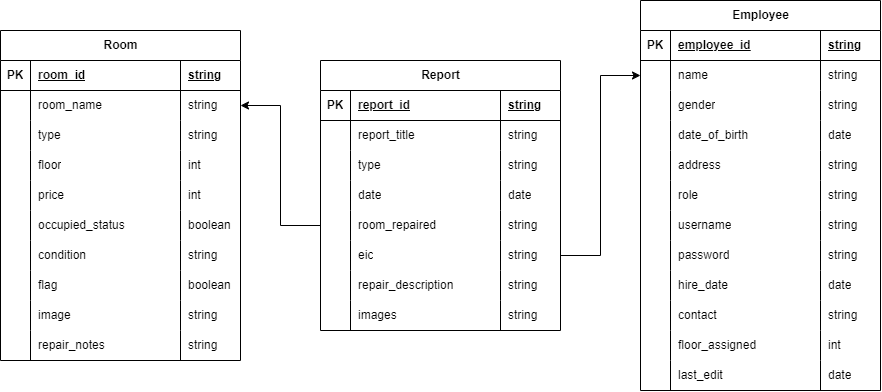
cathlauretta/RORO-Contol-System keeps this draw.io diagram as doc/SchemaDatabase.png. Above is the earlier version. Source tidied: cells renumbered, new cells last; positions are measured from the earlier drawing's top-left corner, leaving out a move shared by most shapes.
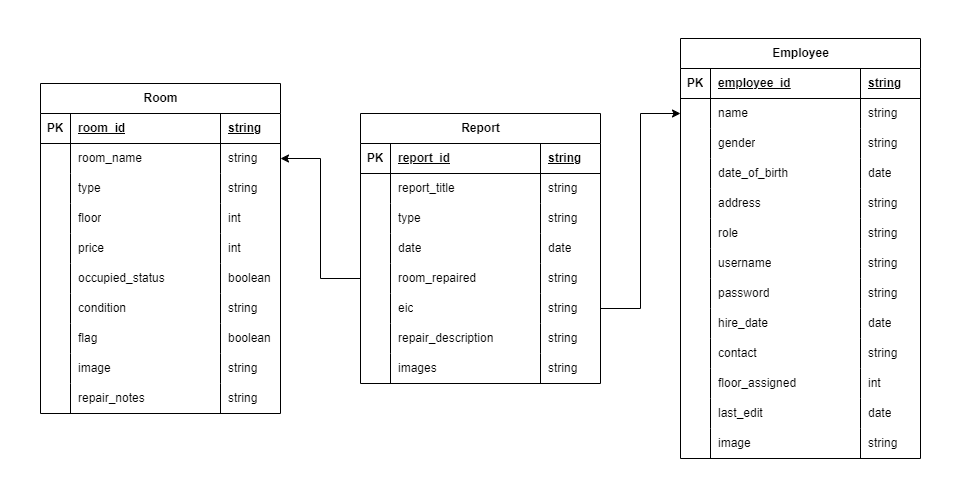
Above is the later version.

Change to the diagram source:
```diff
@@ -2,8 +2,11 @@
   <root>
     <mxCell id="0" />
     <mxCell id="1" parent="0" />
+    <mxCell id="127" style="rounded=0;whiteSpace=wrap;html=1;strokeColor=none;" parent="1" vertex="1">
+      <mxGeometry x="-40" y="-53.8" width="960" height="497.5" as="geometry" />
+    </mxCell>
     <mxCell id="2" value="Employee" style="shape=table;startSize=30;rowLines=0;fontStyle=1;align=center;html=1;" parent="1" vertex="1">
-      <mxGeometry x="640" width="240" height="390" as="geometry" />
+      <mxGeometry x="640" y="-15" width="240" height="420" as="geometry" />
     </mxCell>
     <mxCell id="3" style="shape=tableRow;horizontal=0;startSize=0;swimlaneHead=0;swimlaneBody=0;fillColor=none;top=0;left=0;right=0;bottom=1;" parent="2" vertex="1">
       <mxGeometry y="30" width="240" height="30" as="geometry" />
@@ -149,6 +152,18 @@
     <mxCell id="50" value="date" style="shape=partialRectangle;fillColor=none;top=0;left=0;bottom=0;right=0;align=left;spacingLeft=6;overflow=hidden;whiteSpace=wrap;html=1;" parent="47" vertex="1">
       <mxGeometry x="180" width="60" height="30" as="geometry" />
     </mxCell>
+    <mxCell id="128" style="shape=tableRow;horizontal=0;startSize=0;swimlaneHead=0;swimlaneBody=0;fillColor=none;top=0;left=0;right=0;bottom=0;" parent="2" vertex="1">
+      <mxGeometry y="390" width="240" height="30" as="geometry" />
+    </mxCell>
+    <mxCell id="129" style="shape=partialRectangle;fillColor=none;top=0;left=0;bottom=0;right=0;overflow=hidden;whiteSpace=wrap;html=1;" parent="128" vertex="1">
+      <mxGeometry width="30" height="30" as="geometry" />
+    </mxCell>
+    <mxCell id="130" value="image" style="shape=partialRectangle;fillColor=none;top=0;left=0;bottom=0;right=0;align=left;spacingLeft=6;overflow=hidden;whiteSpace=wrap;html=1;" parent="128" vertex="1">
+      <mxGeometry x="30" width="150" height="30" as="geometry" />
+    </mxCell>
+    <mxCell id="131" value="string" style="shape=partialRectangle;fillColor=none;top=0;left=0;bottom=0;right=0;align=left;spacingLeft=6;overflow=hidden;whiteSpace=wrap;html=1;" parent="128" vertex="1">
+      <mxGeometry x="180" width="60" height="30" as="geometry" />
+    </mxCell>
     <mxCell id="51" value="Room" style="shape=table;startSize=30;rowLines=0;fontStyle=1;align=center;html=1;" parent="1" vertex="1">
       <mxGeometry y="30" width="240" height="330" as="geometry" />
     </mxCell>
```
